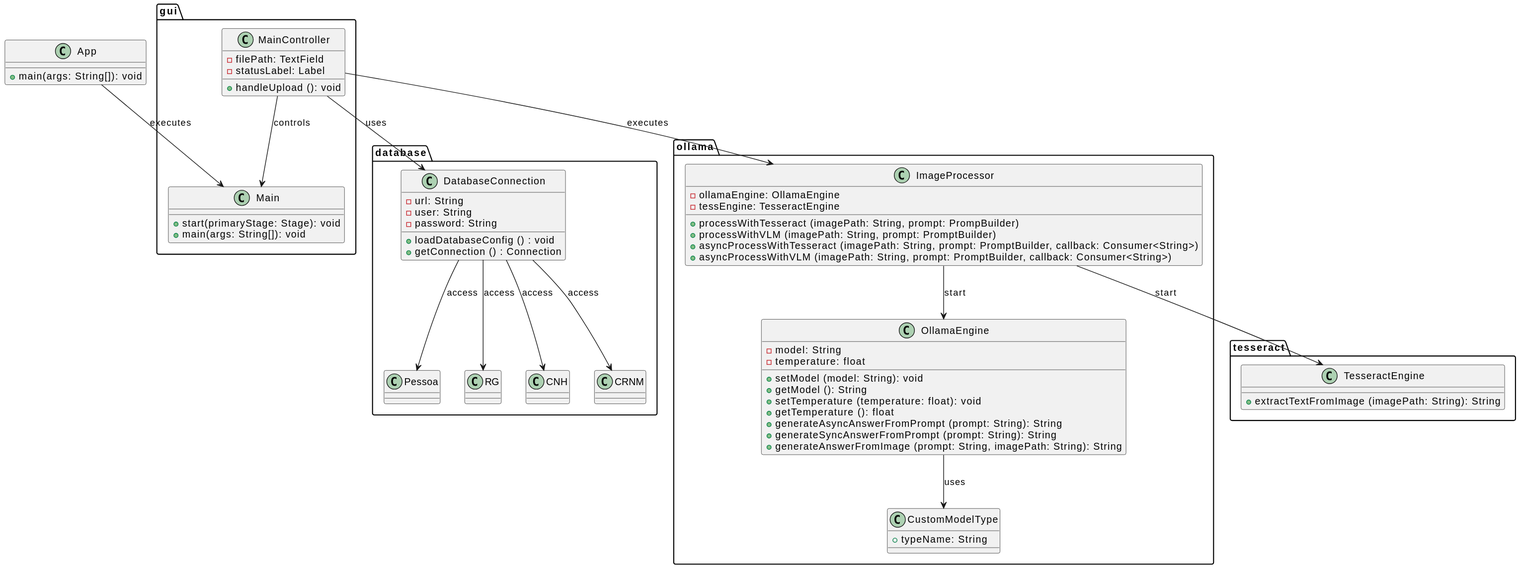
Above: docs/uml.svg in Titus-System/2semestre-ADS (PlantUML), before the change.
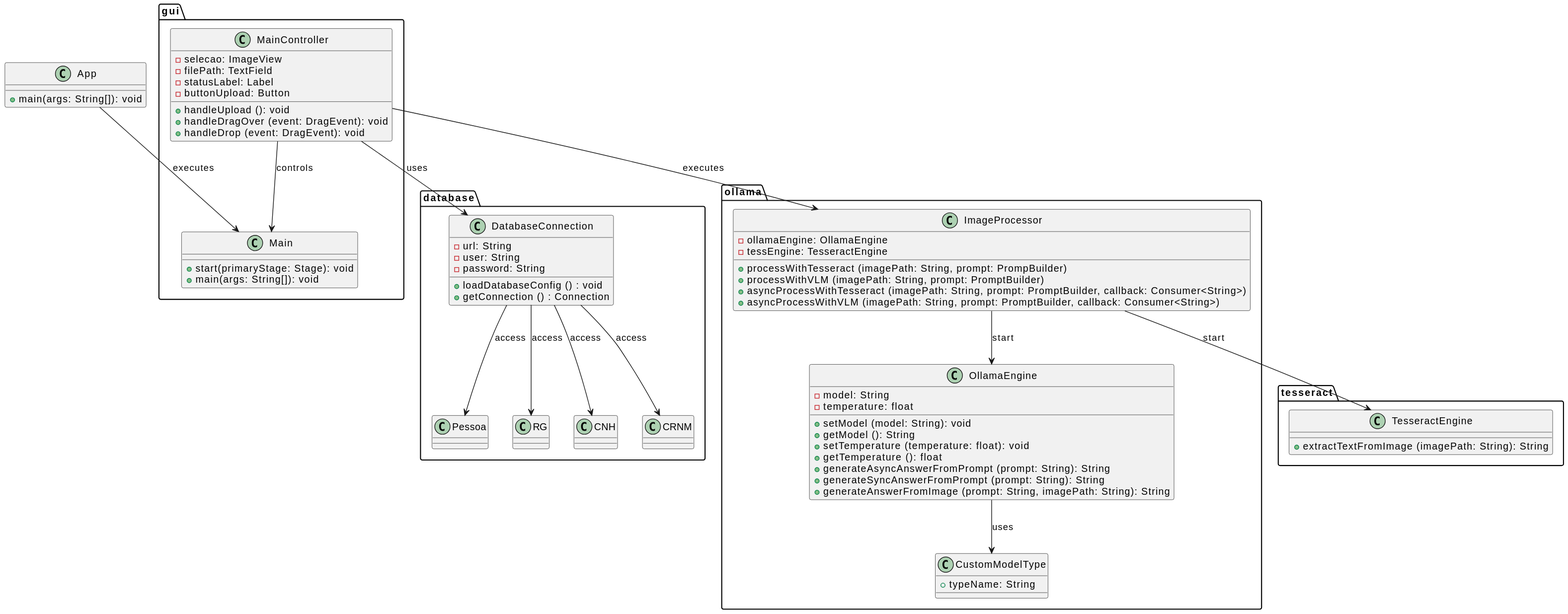
The same file after the commit.

The edit, as a diff of the source:
```diff
@@ -10,9 +10,13 @@
     }
 
     class MainController {
+        - selecao: ImageView
         - filePath: TextField
         - statusLabel: Label
+        - buttonUpload: Button
         + handleUpload (): void
+        + handleDragOver (event: DragEvent): void
+        + handleDrop (event: DragEvent): void
     }
 
     MainController --> Main : controls
```
